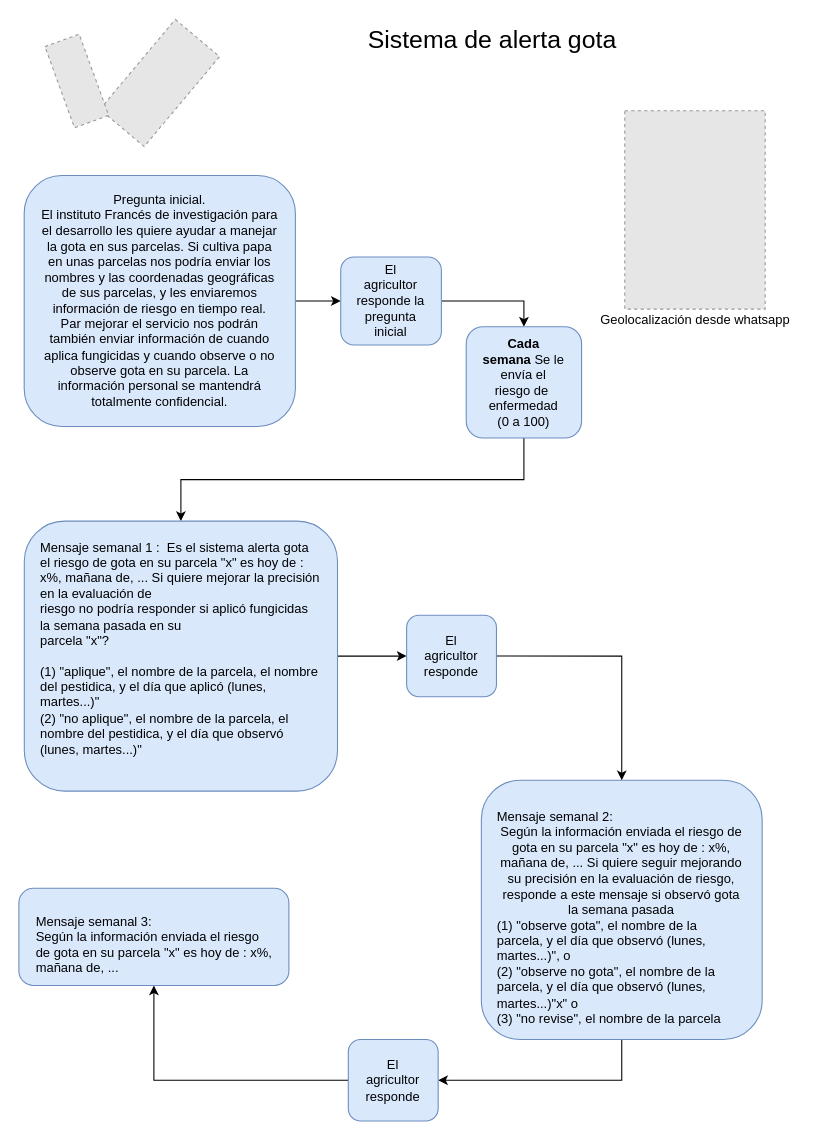
Above: AlertaGota.drawio in stdupas/agromakersPorVoz (draw.io), before the change. Source tidied: cells renumbered, new cells numbered last; positions are measured from the earlier drawing's top-left corner, leaving out a move shared by most shapes. Both pictures are drawn from the tidied source at 108%, with x=0, y=0 at pixel (18, 24). Pictures stored in the file or linked from it are replaced by grey dashed boxes.
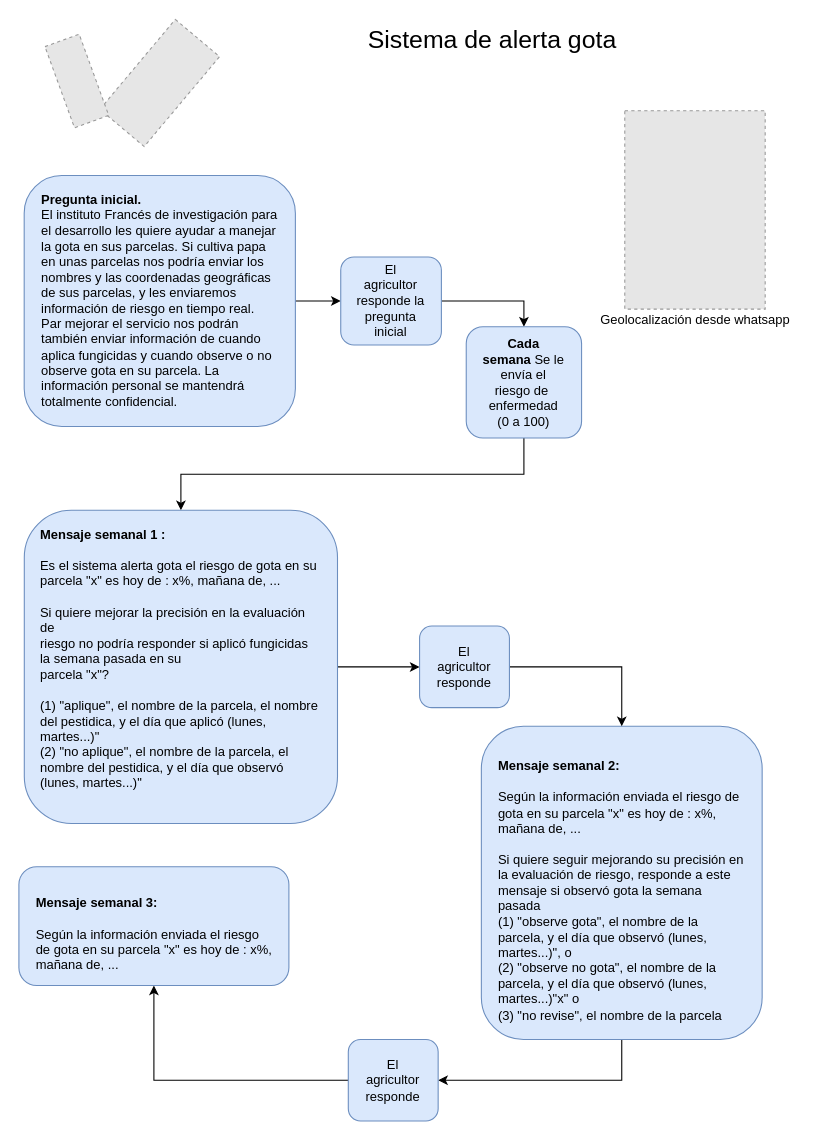
After the change.

Change to the diagram source:
```diff
@@
-    <mxCell id="10" value="&lt;div&gt;Pregunta inicial. &lt;br&gt;&lt;/div&gt;&lt;div&gt;El instituto Francés de investigación para el desarrollo les quiere ayudar a manejar la gota en sus parcelas. Si cultiva papa en unas parcelas nos podría enviar los nombres y las coordenadas geográficas de sus parcelas, y les enviaremos información de riesgo en tiempo real. &lt;br&gt;&lt;/div&gt;&lt;div&gt;Par mejorar el servicio nos podrán también enviar información de cuando aplica fungicidas y cuando observe o no observe gota en su parcela. La información personal se mantendrá totalmente confidencial. &lt;br&gt;&lt;/div&gt;" style="rounded=1;whiteSpace=wrap;html=1;fillColor=#dae8fc;strokeColor=#6c8ebf;spacingRight=8;spacingLeft=8;spacingBottom=8;spacingTop=8;spacing=8;" parent="1" vertex="1">
+    <mxCell id="10" value="&lt;div&gt;&lt;b&gt;Pregunta inicial. &lt;/b&gt;&lt;br&gt;&lt;/div&gt;&lt;div&gt;El instituto Francés de investigación para el desarrollo les quiere ayudar a manejar la gota en sus parcelas. Si cultiva papa en unas parcelas nos podría enviar los nombres y las coordenadas geográficas de sus parcelas, y les enviaremos información de riesgo en tiempo real. &lt;br&gt;&lt;/div&gt;&lt;div&gt;Par mejorar el servicio nos podrán también enviar información de cuando aplica fungicidas y cuando observe o no observe gota en su parcela. La información personal se mantendrá totalmente confidencial. &lt;br&gt;&lt;/div&gt;" style="rounded=1;whiteSpace=wrap;html=1;fillColor=#dae8fc;strokeColor=#6c8ebf;spacingRight=8;spacingLeft=8;spacingBottom=8;spacingTop=8;spacing=8;align=left;" parent="1" vertex="1">
       <mxGeometry x="4.9" y="140" width="251.1" height="232.4" as="geometry" />
     </mxCell>
@@
-    <mxCell id="13" value="&lt;div align=&quot;center&quot;&gt;&lt;br&gt;&lt;/div&gt;&lt;div align=&quot;left&quot;&gt;Mensaje semanal 2:&amp;nbsp; &lt;br&gt;&lt;/div&gt;Según la información enviada el riesgo de gota en su parcela &quot;x&quot; es hoy de : x%, mañana de, ... Si quiere seguir mejorando su precisión en la evaluación de riesgo, responde a este mensaje si observó gota la semana pasada&lt;br&gt;&lt;div align=&quot;left&quot;&gt;(1) &quot;observe gota&quot;, el nombre de la parcela, y el día que observó (lunes, martes...)&quot;, o &lt;br&gt;&lt;/div&gt;&lt;div align=&quot;left&quot;&gt;(2) &quot;observe no gota&quot;, el nombre de la parcela, y el día que observó (lunes, martes...)&quot;x&quot; o &lt;br&gt;&lt;/div&gt;&lt;div align=&quot;left&quot;&gt;(3) &quot;no revise&quot;, el nombre de la parcela&lt;/div&gt;" style="rounded=1;whiteSpace=wrap;html=1;fillColor=#dae8fc;strokeColor=#6c8ebf;spacingRight=8;spacingLeft=8;spacingBottom=8;spacingTop=8;spacing=8;" parent="1" vertex="1">
-      <mxGeometry x="428.2" y="700" width="260" height="240" as="geometry" />
+    <mxCell id="13" value="&lt;div align=&quot;left&quot;&gt;&lt;br&gt;&lt;/div&gt;&lt;div align=&quot;left&quot;&gt;&lt;b&gt;Mensaje semanal 2:&amp;nbsp; &lt;/b&gt;&lt;br&gt;&lt;/div&gt;&lt;div align=&quot;left&quot;&gt;&lt;br&gt;&lt;/div&gt;&lt;div align=&quot;left&quot;&gt;Según la información enviada el riesgo de gota en su parcela &quot;x&quot; es hoy de : x%, mañana de, ... &lt;br&gt;&lt;/div&gt;&lt;div align=&quot;left&quot;&gt;&lt;br&gt;&lt;/div&gt;&lt;div align=&quot;left&quot;&gt;Si quiere seguir mejorando su precisión en la evaluación de riesgo, responde a este mensaje si observó gota la semana pasada&lt;br&gt;&lt;/div&gt;&lt;div align=&quot;left&quot;&gt;(1) &quot;observe gota&quot;, el nombre de la parcela, y el día que observó (lunes, martes...)&quot;, o &lt;br&gt;&lt;/div&gt;&lt;div align=&quot;left&quot;&gt;(2) &quot;observe no gota&quot;, el nombre de la parcela, y el día que observó (lunes, martes...)&quot;x&quot; o &lt;br&gt;&lt;/div&gt;&lt;div align=&quot;left&quot;&gt;(3) &quot;no revise&quot;, el nombre de la parcela&lt;/div&gt;" style="rounded=1;whiteSpace=wrap;html=1;fillColor=#dae8fc;strokeColor=#6c8ebf;spacingRight=8;spacingLeft=8;spacingBottom=8;spacingTop=8;spacing=8;align=left;" parent="1" vertex="1">
+      <mxGeometry x="428.2" y="650" width="260" height="290" as="geometry" />
     </mxCell>
@@
-    <mxCell id="17" value="&lt;div align=&quot;center&quot;&gt;&lt;br&gt;&lt;/div&gt;&lt;div align=&quot;left&quot;&gt;Mensaje semanal 1 :&amp;nbsp; Es el sistema alerta gota el riesgo de gota en su parcela &quot;x&quot; es hoy de : x%, mañana de, ... Si quiere mejorar la precisión en la evaluación de &lt;br&gt;riesgo no podría responder si aplicó fungicidas la semana pasada en su &lt;br&gt;parcela &quot;x&quot;?&lt;br&gt;&lt;div align=&quot;left&quot;&gt;&lt;br&gt;&lt;/div&gt;&lt;div align=&quot;left&quot;&gt;(1) &quot;aplique&quot;, el nombre de la parcela, el nombre del pestidica, y el día que aplicó (lunes, martes...)&quot; &lt;br&gt;&lt;/div&gt;&lt;div align=&quot;left&quot;&gt;(2) &quot;no aplique&quot;, el nombre de la parcela, el nombre del pestidica, y el día que observó (lunes, martes...)&quot;&lt;/div&gt;&lt;/div&gt;&lt;div align=&quot;left&quot;&gt;&lt;br&gt;&lt;div align=&quot;left&quot;&gt;&lt;br&gt;&lt;/div&gt;&lt;/div&gt;" style="rounded=1;whiteSpace=wrap;html=1;fillColor=#dae8fc;strokeColor=#6c8ebf;spacingRight=8;spacingLeft=8;spacingBottom=8;spacingTop=8;spacing=8;" parent="1" vertex="1">
-      <mxGeometry x="5" y="460" width="290" height="250" as="geometry" />
+    <mxCell id="17" value="&lt;div align=&quot;center&quot;&gt;&lt;br&gt;&lt;/div&gt;&lt;div align=&quot;left&quot;&gt;&lt;b&gt;Mensaje semanal 1 :&amp;nbsp; &lt;/b&gt;&lt;br&gt;&lt;/div&gt;&lt;div align=&quot;left&quot;&gt;&lt;br&gt;&lt;/div&gt;&lt;div align=&quot;left&quot;&gt;Es el sistema alerta gota el riesgo de gota en su parcela &quot;x&quot; es hoy de : x%, mañana de, ... &lt;br&gt;&lt;/div&gt;&lt;div align=&quot;left&quot;&gt;&lt;br&gt;&lt;/div&gt;&lt;div align=&quot;left&quot;&gt;Si quiere mejorar la precisión en la evaluación de &lt;br&gt;riesgo no podría responder si aplicó fungicidas la semana pasada en su &lt;br&gt;parcela &quot;x&quot;?&lt;br&gt;&lt;div align=&quot;left&quot;&gt;&lt;br&gt;&lt;/div&gt;&lt;div align=&quot;left&quot;&gt;(1) &quot;aplique&quot;, el nombre de la parcela, el nombre del pestidica, y el día que aplicó (lunes, martes...)&quot; &lt;br&gt;&lt;/div&gt;&lt;div align=&quot;left&quot;&gt;(2) &quot;no aplique&quot;, el nombre de la parcela, el nombre del pestidica, y el día que observó (lunes, martes...)&quot;&lt;/div&gt;&lt;/div&gt;&lt;div align=&quot;left&quot;&gt;&lt;br&gt;&lt;div align=&quot;left&quot;&gt;&lt;br&gt;&lt;/div&gt;&lt;/div&gt;" style="rounded=1;whiteSpace=wrap;html=1;fillColor=#dae8fc;strokeColor=#6c8ebf;spacingRight=8;spacingLeft=8;spacingBottom=8;spacingTop=8;spacing=8;" parent="1" vertex="1">
+      <mxGeometry x="5" y="450" width="290" height="290" as="geometry" />
     </mxCell>
@@
     <mxCell id="19" value="El agricultor responde " style="rounded=1;whiteSpace=wrap;html=1;fillColor=#dae8fc;strokeColor=#6c8ebf;spacingRight=8;spacingLeft=8;spacingBottom=8;spacingTop=8;spacing=8;" parent="1" vertex="1">
-      <mxGeometry x="359" y="547.2" width="83.2" height="75.5" as="geometry" />
+      <mxGeometry x="371" y="557.2" width="83.2" height="75.5" as="geometry" />
     </mxCell>
-    <mxCell id="20" value="&lt;div&gt;&lt;br&gt;&lt;/div&gt;&lt;div&gt;Mensaje semanal 3:&amp;nbsp; &lt;br&gt;&lt;/div&gt;Según la información enviada el riesgo de gota en su parcela &quot;x&quot; es hoy de : x%, mañana de, ... " style="rounded=1;whiteSpace=wrap;html=1;fillColor=#dae8fc;strokeColor=#6c8ebf;spacingRight=8;spacingLeft=8;spacingBottom=8;spacingTop=8;spacing=8;align=left;" parent="1" vertex="1">
-      <mxGeometry y="800" width="250" height="90" as="geometry" />
+    <mxCell id="20" value="&lt;div&gt;&lt;br&gt;&lt;/div&gt;&lt;div&gt;&lt;b&gt;Mensaje semanal 3:&amp;nbsp; &lt;/b&gt;&lt;br&gt;&lt;/div&gt;&lt;div&gt;&lt;br&gt;&lt;/div&gt;&lt;div&gt;Según la información enviada el riesgo de gota en su parcela &quot;x&quot; es hoy de : x%, mañana de, ... &lt;/div&gt;" style="rounded=1;whiteSpace=wrap;html=1;fillColor=#dae8fc;strokeColor=#6c8ebf;spacingRight=8;spacingLeft=8;spacingBottom=8;spacingTop=8;spacing=8;align=left;" parent="1" vertex="1">
+      <mxGeometry y="780" width="250" height="110" as="geometry" />
     </mxCell>
```
